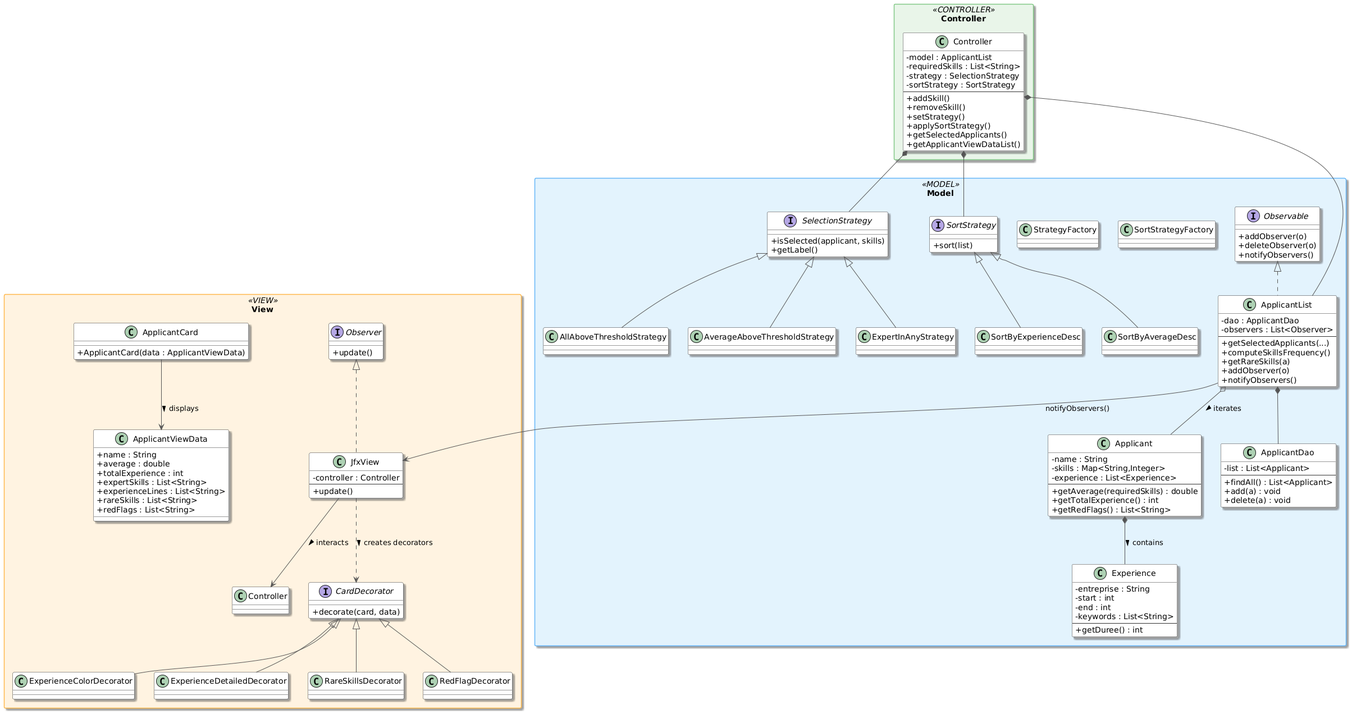
OtmaneElm10/CV-search-engine keeps this PlantUML diagram as diagrammes/DiagrammeFinal.png. Above is the earlier version. Its diagram source:
```plantuml
@startuml
skinparam classAttributeIconSize 0
skinparam packageStyle rectangle
skinparam shadowing true
skinparam classBorderColor #333333
skinparam classBackgroundColor #ffffff
skinparam ArrowColor #555555
skinparam stereotypeFontColor #555555

skinparam package {
  BackgroundColor<<MODEL>>      #E3F2FD
  BorderColor<<MODEL>>          #64B5F6

  BackgroundColor<<CONTROLLER>> #E8F5E9
  BorderColor<<CONTROLLER>>     #81C784

  BackgroundColor<<VIEW>>       #FFF3E0
  BorderColor<<VIEW>>           #FFB74D
}

package "Model" <<MODEL>> {

  class Applicant {
    -name : String
    -skills : Map<String,Integer>
    -experience : List<Experience>
    --
    +getAverage(requiredSkills) : double
    +getTotalExperience() : int
    +getRedFlags() : List<String>
  }

  class Experience {
    -entreprise : String
    -start : int
    -end : int
    -keywords : List<String>
    --
    +getDuree() : int
  }

  Applicant *-- Experience : contains >

  class ApplicantDao {
    -list : List<Applicant>
    --
    +findAll() : List<Applicant>
    +add(a) : void
    +delete(a) : void
  }

  class ApplicantList {
    -dao : ApplicantDao
    -observers : List<Observer>
    --
    +getSelectedApplicants(...)
    +computeSkillsFrequency()
    +getRareSkills(a)
    +addObserver(o)
    +notifyObservers()
  }

  ApplicantList *-- ApplicantDao
  ApplicantList o-- Applicant : iterates >

  interface SelectionStrategy {
    +isSelected(applicant, skills)
    +getLabel()
  }

  class AllAboveThresholdStrategy
  class AverageAboveThresholdStrategy
  class ExpertInAnyStrategy

  SelectionStrategy <|-- AllAboveThresholdStrategy
  SelectionStrategy <|-- AverageAboveThresholdStrategy
  SelectionStrategy <|-- ExpertInAnyStrategy

  interface SortStrategy {
    +sort(list)
  }

  class SortByExperienceDesc
  class SortByAverageDesc

  SortStrategy <|-- SortByExperienceDesc
  SortStrategy <|-- SortByAverageDesc

  class StrategyFactory
  class SortStrategyFactory

  interface Observable {
    +addObserver(o)
    +deleteObserver(o)
    +notifyObservers()
  }

  Observable <|.. ApplicantList
}


package "Controller" <<CONTROLLER>> {

  class Controller {
    -model : ApplicantList
    -requiredSkills : List<String>
    -strategy : SelectionStrategy
    -sortStrategy : SortStrategy
    --
    +addSkill()
    +removeSkill()
    +setStrategy()
    +applySortStrategy()
    +getSelectedApplicants()
    +getApplicantViewDataList()
  }

  Controller *-- ApplicantList
  Controller *-- SelectionStrategy
  Controller *-- SortStrategy
}


package "View" <<VIEW>> {

  interface Observer {
    +update()
  }

  class JfxView {
    -controller : Controller
    --
    +update()
  }

  Observer <|.. JfxView
  JfxView --> Controller : interacts >

  class ApplicantViewData {
    +name : String
    +average : double
    +totalExperience : int
    +expertSkills : List<String>
    +experienceLines : List<String>
    +rareSkills : List<String>
    +redFlags : List<String>
  }

  class ApplicantCard {
    +ApplicantCard(data : ApplicantViewData)
  }

  ApplicantCard --> ApplicantViewData : displays >

  interface CardDecorator {
    +decorate(card, data)
  }

  class ExperienceColorDecorator
  class ExperienceDetailedDecorator
  class RareSkillsDecorator
  class RedFlagDecorator

  CardDecorator <|-- ExperienceColorDecorator
  CardDecorator <|-- ExperienceDetailedDecorator
  CardDecorator <|-- RareSkillsDecorator
  CardDecorator <|-- RedFlagDecorator

  JfxView ..> CardDecorator : creates decorators >
}



ApplicantList --> JfxView : notifyObservers()
@enduml
```
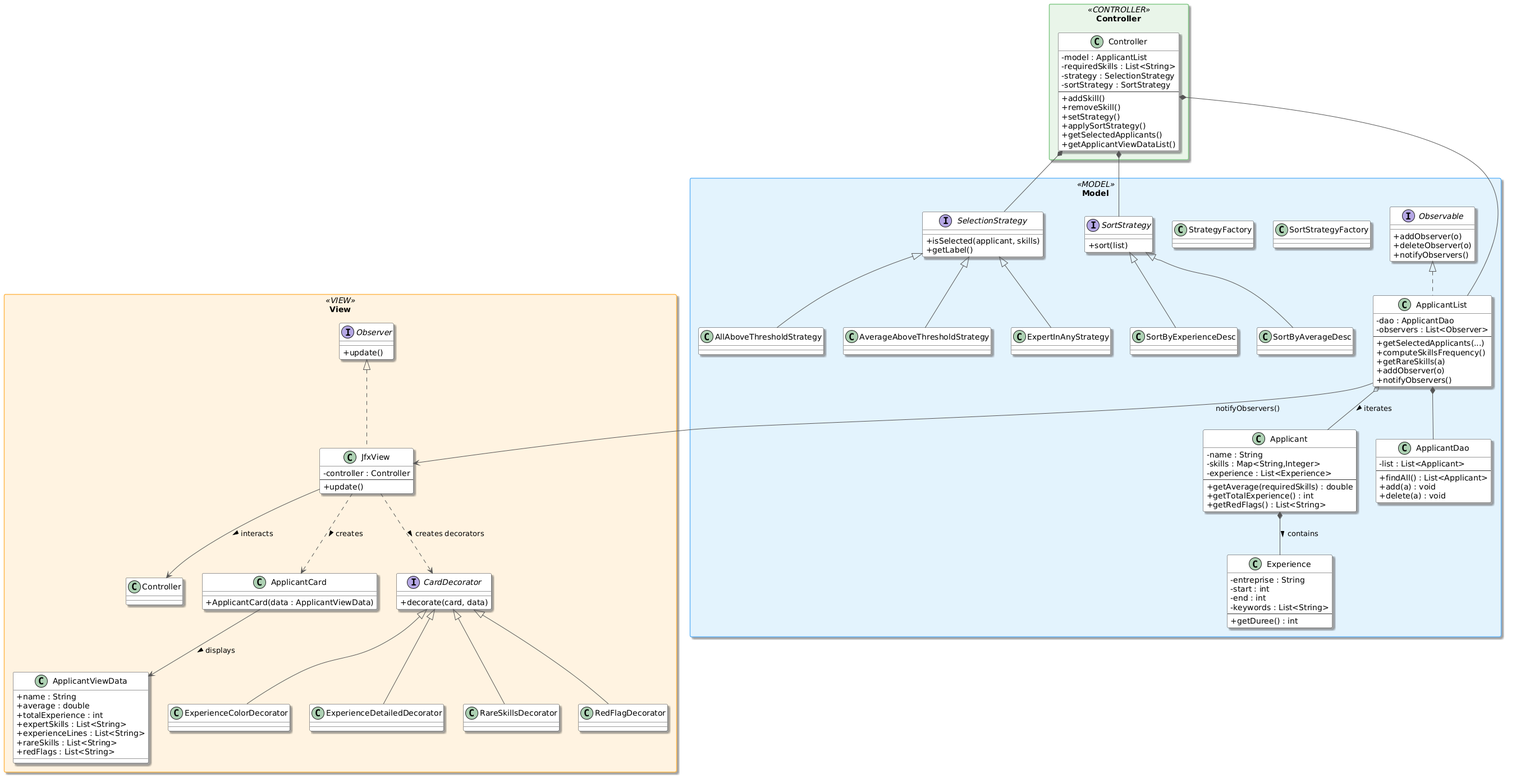
The same diagram one commit later.

Commit message:
modif diagramme final

Diff of the diagram source:
```diff
@@ -152,6 +152,8 @@
 
   ApplicantCard --> ApplicantViewData : displays >
 
+  JfxView ..> ApplicantCard : creates >
+
   interface CardDecorator {
     +decorate(card, data)
   }
```
